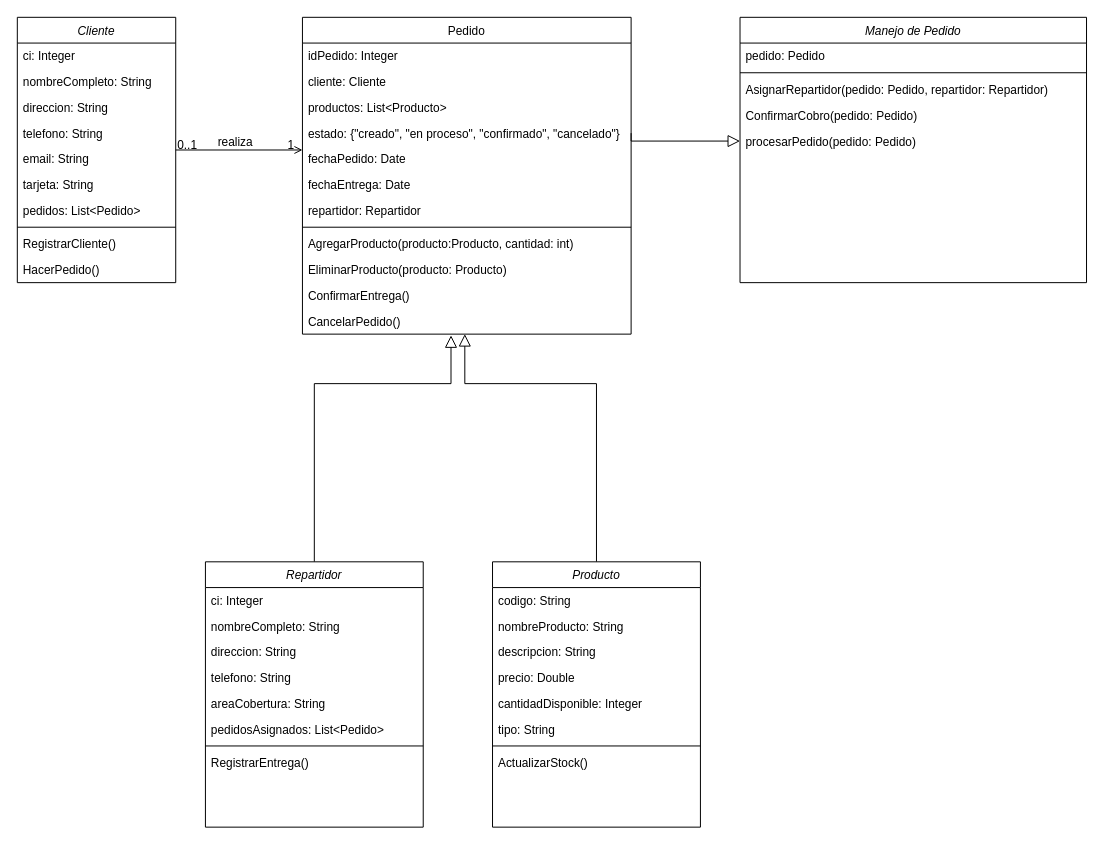
The draw.io diagram comple.drawio in TP-SE1/TP_SOS-UC, before the edit. Source tidied: cells renumbered, new cells numbered last; positions are measured from the earlier drawing's top-left corner, leaving out a move shared by most shapes. Both pictures are drawn from the tidied source at 99%, with x=0, y=0 at pixel (17, 17).
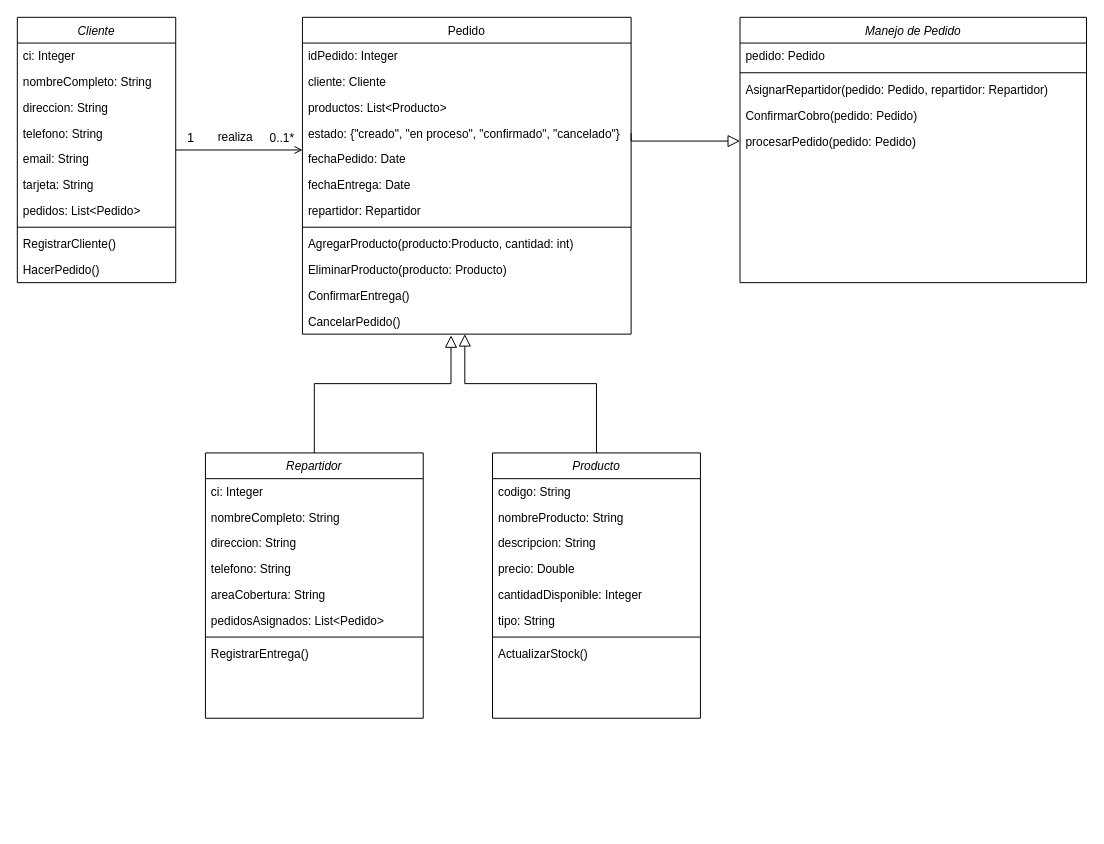
After the change.

Unchanged cells that the change refers to:
```xml
<mxCell id="28" style="endArrow=open;shadow=0;strokeWidth=1;rounded=0;curved=0;endFill=1;edgeStyle=elbowEdgeStyle;elbow=vertical;" parent="1" edge="1" source="2" target="15">
  <mxGeometry x="0.5" y="41" relative="1" as="geometry">
    <mxPoint x="-40" y="32" as="offset" />
  </mxGeometry>
</mxCell>
```

Diff of the diagram source:
```diff
@@
-    <mxCell id="29" value="0..1" style="align=left;verticalAlign=bottom;labelBackgroundColor=none;fontSize=12;" parent="28" vertex="1">
+    <mxCell id="29" value="1" style="align=left;verticalAlign=bottom;labelBackgroundColor=none;fontSize=13;" parent="28" vertex="1">
       <mxGeometry x="-1" relative="1" as="geometry">
-        <mxPoint y="4" as="offset" />
+        <mxPoint x="10" y="-4" as="offset" />
       </mxGeometry>
     </mxCell>
-    <mxCell id="30" value="1" style="align=right;verticalAlign=bottom;labelBackgroundColor=none;fontSize=12;" parent="28" vertex="1">
+    <mxCell id="30" value="0..1*" style="align=right;verticalAlign=bottom;labelBackgroundColor=none;fontSize=12;" parent="28" vertex="1">
       <mxGeometry x="1" relative="1" as="geometry">
-        <mxPoint x="-7" y="4" as="offset" />
+        <mxPoint x="-7" y="-4" as="offset" />
       </mxGeometry>
     </mxCell>
     <mxCell id="31" value="realiza" style="text;html=1;align=center;verticalAlign=middle;labelBackgroundColor=none;rounded=0;shadow=0;strokeWidth=1;fontSize=12;" parent="28" vertex="1">
       <mxGeometry x="0.5" y="49" relative="1" as="geometry">
-        <mxPoint x="-37" y="40" as="offset" />
+        <mxPoint x="-37" y="35" as="offset" />
       </mxGeometry>
     </mxCell>
     <mxCell id="32" value="Repartidor" style="swimlane;fontStyle=2;align=center;verticalAlign=top;horizontal=1;startSize=26;rounded=0;shadow=0;strokeWidth=1;" parent="1" vertex="1">
-      <mxGeometry x="190" y="550" width="220" height="268" as="geometry" />
+      <mxGeometry x="190" y="440" width="220" height="268" as="geometry" />
     </mxCell>
@@
     <mxCell id="41" value="Producto" style="swimlane;fontStyle=2;align=center;verticalAlign=top;horizontal=1;startSize=26;rounded=0;shadow=0;strokeWidth=1;" parent="1" vertex="1">
-      <mxGeometry x="480" y="550" width="210" height="268" as="geometry" />
+      <mxGeometry x="480" y="440" width="210" height="268" as="geometry" />
     </mxCell>
```
